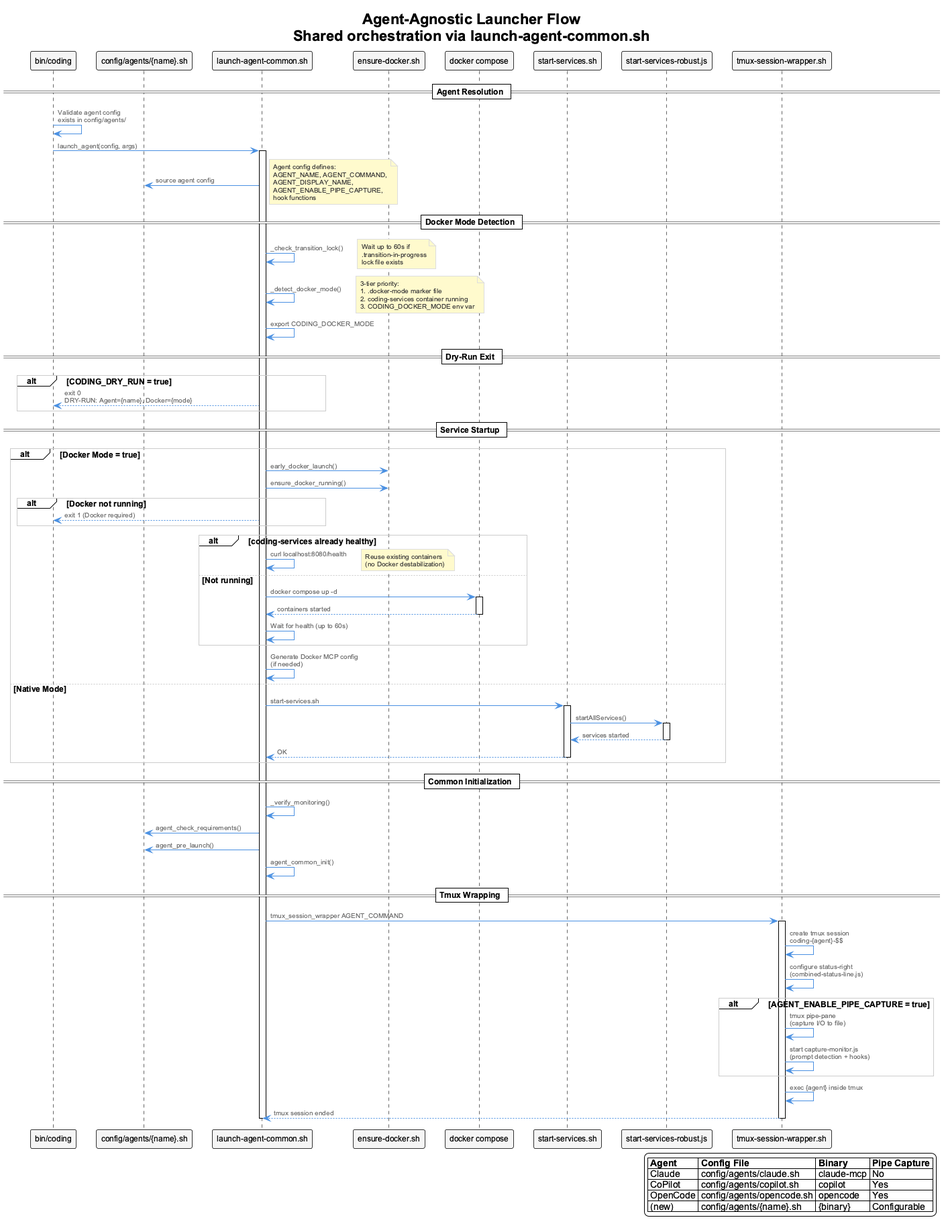
Before: docs-content/images/launcher-docker-mode-flow.png, a diagram exported from PlantUML (fwornle/coding). The source it was exported from:
```plantuml
@startuml launcher-docker-mode-flow
!include _standard-style.puml

title Agent-Agnostic Launcher Flow\nShared orchestration via launch-agent-common.sh

participant "bin/coding" as entry
participant "config/agents/{name}.sh" as config
participant "launch-agent-common.sh" as common
participant "ensure-docker.sh" as docker_helper
participant "docker compose" as compose
participant "start-services.sh" as native_svc
participant "start-services-robust.js" as robust
participant "tmux-session-wrapper.sh" as tmux

== Agent Resolution ==

entry -> entry: Validate agent config\nexists in config/agents/
entry -> common: launch_agent(config, args)
activate common
common -> config: source agent config
note right
  Agent config defines:
  AGENT_NAME, AGENT_COMMAND,
  AGENT_DISPLAY_NAME,
  AGENT_ENABLE_PIPE_CAPTURE,
  hook functions
end note

== Docker Mode Detection ==

common -> common: _check_transition_lock()
note right
  Wait up to 60s if
  .transition-in-progress
  lock file exists
end note

common -> common: _detect_docker_mode()
note right
  3-tier priority:
  1. .docker-mode marker file
  2. coding-services container running
  3. CODING_DOCKER_MODE env var
end note

common -> common: export CODING_DOCKER_MODE

== Dry-Run Exit ==

alt CODING_DRY_RUN = true
  common --> entry: exit 0\nDRY-RUN: Agent={name}, Docker={mode}
end

== Service Startup ==

alt Docker Mode = true
  common -> docker_helper: early_docker_launch()
  common -> docker_helper: ensure_docker_running()

  alt Docker not running
    common --> entry: exit 1 (Docker required)
  end

  alt coding-services already healthy
    common -> common: curl localhost:8080/health
    note right: Reuse existing containers\n(no Docker destabilization)
  else Not running
    common -> compose: docker compose up -d
    activate compose
    compose --> common: containers started
    deactivate compose
    common -> common: Wait for health (up to 60s)
  end

  common -> common: Generate Docker MCP config\n(if needed)

else Native Mode
  common -> native_svc: start-services.sh
  activate native_svc
  native_svc -> robust: startAllServices()
  activate robust
  robust --> native_svc: services started
  deactivate robust
  native_svc --> common: OK
  deactivate native_svc
end

== Common Initialization ==

common -> common: _verify_monitoring()
common -> config: agent_check_requirements()
common -> config: agent_pre_launch()
common -> common: agent_common_init()

== Tmux Wrapping ==

common -> tmux: tmux_session_wrapper AGENT_COMMAND
activate tmux

tmux -> tmux: create tmux session\ncoding-{agent}-$$
tmux -> tmux: configure status-right\n(combined-status-line.js)

alt AGENT_ENABLE_PIPE_CAPTURE = true
  tmux -> tmux: tmux pipe-pane\n(capture I/O to file)
  tmux -> tmux: start capture-monitor.js\n(prompt detection + hooks)
end

tmux -> tmux: exec {agent} inside tmux

tmux --> common: tmux session ended
deactivate tmux
deactivate common

legend right
  |= Agent |= Config File |= Binary |= Pipe Capture |
  | Claude | config/agents/claude.sh | claude-mcp | No |
  | CoPilot | config/agents/copilot.sh | copilot | Yes |
  | OpenCode | config/agents/opencode.sh | opencode | Yes |
  | (new) | config/agents/{name}.sh | {binary} | Configurable |
endlegend

@enduml
```
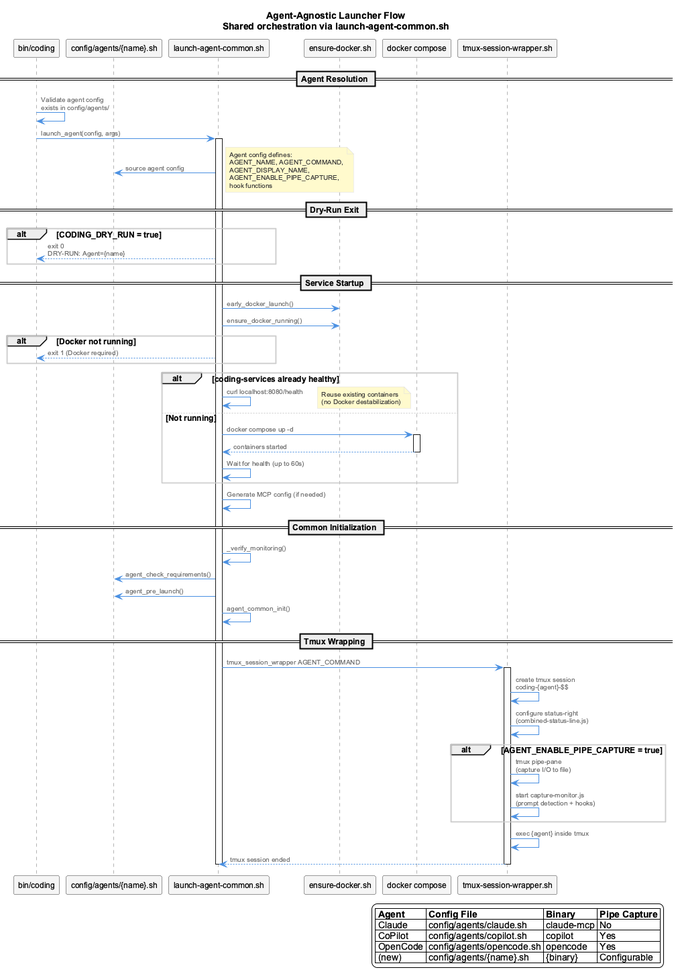
Above is the later version.

Diff of the diagram source:
```diff
@@ -8,8 +8,6 @@
 participant "launch-agent-common.sh" as common
 participant "ensure-docker.sh" as docker_helper
 participant "docker compose" as compose
-participant "start-services.sh" as native_svc
-participant "start-services-robust.js" as robust
 participant "tmux-session-wrapper.sh" as tmux
 
 == Agent Resolution ==
@@ -26,64 +24,33 @@
   hook functions
 end note
 
-== Docker Mode Detection ==
-
-common -> common: _check_transition_lock()
-note right
-  Wait up to 60s if
-  .transition-in-progress
-  lock file exists
-end note
-
-common -> common: _detect_docker_mode()
-note right
-  3-tier priority:
-  1. .docker-mode marker file
-  2. coding-services container running
-  3. CODING_DOCKER_MODE env var
-end note
-
-common -> common: export CODING_DOCKER_MODE
-
 == Dry-Run Exit ==
 
 alt CODING_DRY_RUN = true
-  common --> entry: exit 0\nDRY-RUN: Agent={name}, Docker={mode}
+  common --> entry: exit 0\nDRY-RUN: Agent={name}
 end
 
 == Service Startup ==
 
-alt Docker Mode = true
-  common -> docker_helper: early_docker_launch()
-  common -> docker_helper: ensure_docker_running()
+common -> docker_helper: early_docker_launch()
+common -> docker_helper: ensure_docker_running()
 
-  alt Docker not running
-    common --> entry: exit 1 (Docker required)
-  end
+alt Docker not running
+  common --> entry: exit 1 (Docker required)
+end
 
-  alt coding-services already healthy
-    common -> common: curl localhost:8080/health
-    note right: Reuse existing containers\n(no Docker destabilization)
-  else Not running
-    common -> compose: docker compose up -d
-    activate compose
-    compose --> common: containers started
-    deactivate compose
-    common -> common: Wait for health (up to 60s)
-  end
+alt coding-services already healthy
+  common -> common: curl localhost:8080/health
+  note right: Reuse existing containers\n(no Docker destabilization)
+else Not running
+  common -> compose: docker compose up -d
+  activate compose
+  compose --> common: containers started
+  deactivate compose
+  common -> common: Wait for health (up to 60s)
+end
 
-  common -> common: Generate Docker MCP config\n(if needed)
-
-else Native Mode
-  common -> native_svc: start-services.sh
-  activate native_svc
-  native_svc -> robust: startAllServices()
-  activate robust
-  robust --> native_svc: services started
-  deactivate robust
-  native_svc --> common: OK
-  deactivate native_svc
-end
+common -> common: Generate MCP config (if needed)
 
 == Common Initialization ==
 
```
